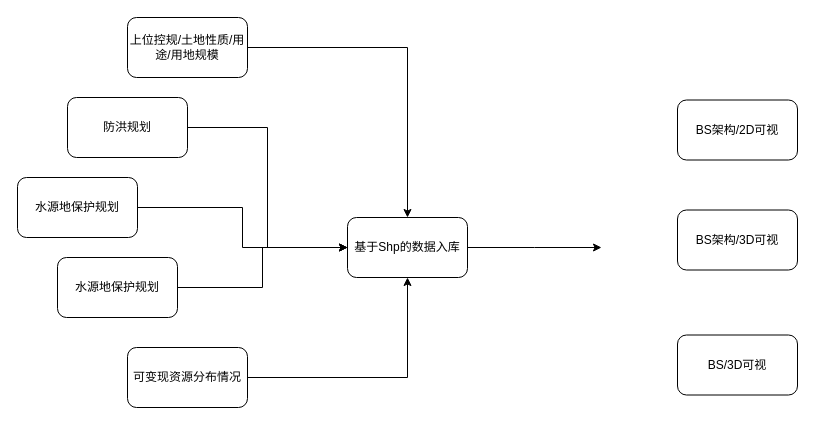
Above: 房山大石窝镇.drawio in gaochaowyq/MinderGraph (draw.io), before the change. Source tidied: cells renumbered, new cells numbered last; positions are measured from the earlier drawing's top-left corner, leaving out a move shared by most shapes. Both pictures are drawn from the tidied source at 100%, with x=0, y=0 at pixel (17, 17).
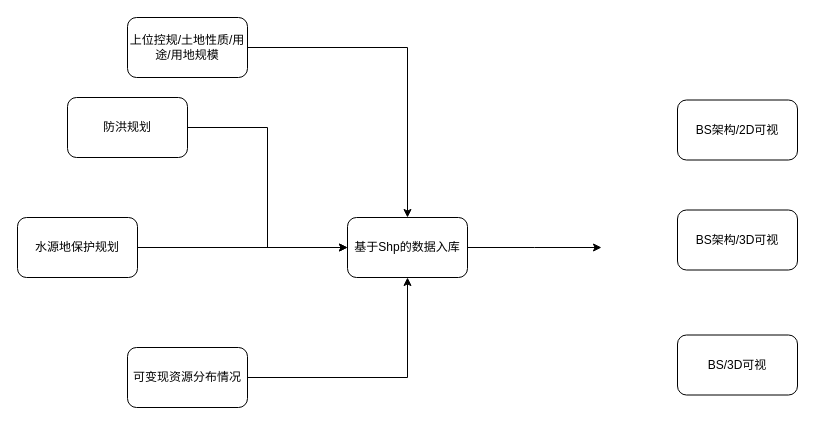
The same page after the edit.

Commit message (it also covers changes not shown here):
更新房山大石窝镇.drawio

What changed in the source:
```diff
@@
 <mxGraphModel>
   <root>
     <mxCell id="0" />
     <mxCell id="1" parent="0" />
     <mxCell id="2" style="edgeStyle=orthogonalEdgeStyle;rounded=0;jettySize=auto;html=1;" parent="1" edge="1" source="3">
       <mxGeometry relative="1" as="geometry">
         <mxPoint x="584" y="230" as="targetPoint" />
       </mxGeometry>
     </mxCell>
     <mxCell id="3" value="基于Shp的数据入库" style="rounded=1;whiteSpace=wrap;html=1;" parent="1" vertex="1">
       <mxGeometry x="330" y="200" width="120" height="60" as="geometry" />
     </mxCell>
     <mxCell id="4" style="edgeStyle=orthogonalEdgeStyle;rounded=0;jettySize=auto;html=1;" parent="1" edge="1" source="5" target="3">
       <mxGeometry relative="1" as="geometry" />
     </mxCell>
     <mxCell id="5" value="上位控规/土地性质/用途/用地规模" style="rounded=1;whiteSpace=wrap;html=1;" parent="1" vertex="1">
       <mxGeometry x="110" width="120" height="60" as="geometry" />
     </mxCell>
     <mxCell id="6" style="edgeStyle=orthogonalEdgeStyle;rounded=0;jettySize=auto;html=1;entryX=0;entryY=0.5;entryDx=0;entryDy=0;" parent="1" edge="1" source="7" target="3">
       <mxGeometry relative="1" as="geometry" />
     </mxCell>
     <mxCell id="7" value="防洪规划" style="rounded=1;whiteSpace=wrap;html=1;" parent="1" vertex="1">
       <mxGeometry x="50" y="80" width="120" height="60" as="geometry" />
     </mxCell>
     <mxCell id="8" style="edgeStyle=orthogonalEdgeStyle;rounded=0;jettySize=auto;html=1;" parent="1" edge="1" source="9" target="3">
       <mxGeometry relative="1" as="geometry" />
     </mxCell>
     <mxCell id="9" value="水源地保护规划" style="rounded=1;whiteSpace=wrap;html=1;" parent="1" vertex="1">
-      <mxGeometry y="160" width="120" height="60" as="geometry" />
+      <mxGeometry y="200" width="120" height="60" as="geometry" />
     </mxCell>
-    <mxCell id="10" style="edgeStyle=orthogonalEdgeStyle;rounded=0;jettySize=auto;html=1;" parent="1" edge="1" source="11" target="3">
-      <mxGeometry relative="1" as="geometry" />
-    </mxCell>
-    <mxCell id="11" value="水源地保护规划" style="rounded=1;whiteSpace=wrap;html=1;" parent="1" vertex="1">
-      <mxGeometry x="40" y="240" width="120" height="60" as="geometry" />
-    </mxCell>
     <mxCell id="12" style="edgeStyle=orthogonalEdgeStyle;rounded=0;jettySize=auto;html=1;entryX=0.5;entryY=1;entryDx=0;entryDy=0;" parent="1" edge="1" source="13" target="3">
       <mxGeometry relative="1" as="geometry" />
     </mxCell>
     <mxCell id="13" value="可变现资源分布情况" style="rounded=1;whiteSpace=wrap;html=1;" parent="1" vertex="1">
       <mxGeometry x="110" y="330" width="120" height="60" as="geometry" />
     </mxCell>
     <mxCell id="14" value="BS架构/2D可视" style="rounded=1;whiteSpace=wrap;html=1;" parent="1" vertex="1">
       <mxGeometry x="660" y="82.5" width="120" height="60" as="geometry" />
     </mxCell>
     <mxCell id="15" value="BS架构/3D可视" style="rounded=1;whiteSpace=wrap;html=1;" parent="1" vertex="1">
       <mxGeometry x="660" y="192.5" width="120" height="60" as="geometry" />
     </mxCell>
     <mxCell id="16" value="BS/3D可视" style="rounded=1;whiteSpace=wrap;html=1;" parent="1" vertex="1">
       <mxGeometry x="660" y="317.5" width="120" height="60" as="geometry" />
     </mxCell>
   </root>
 </mxGraphModel>
```
